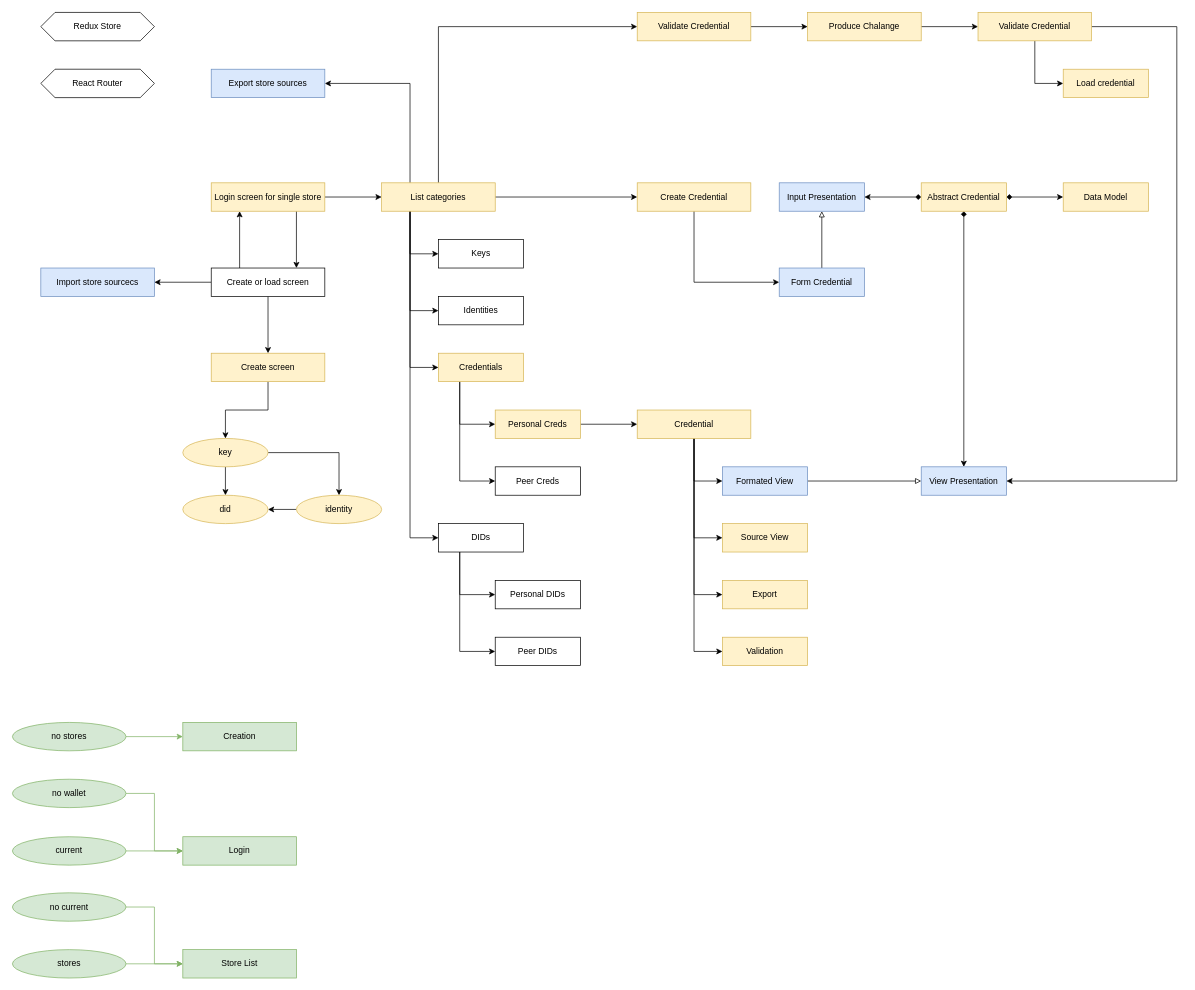
This is page "Web UI" (2 of 3) of docs/MetaID Wallet.drawio from markvandal/mb.wallets-mono, a draw.io file, before an edit. Source tidied: cells renumbered, new cells numbered last; positions are measured from the earlier drawing's top-left corner, leaving out a move shared by most shapes. Both pictures are drawn from the tidied source at 71%, with x=0, y=0 at pixel (12, 12).
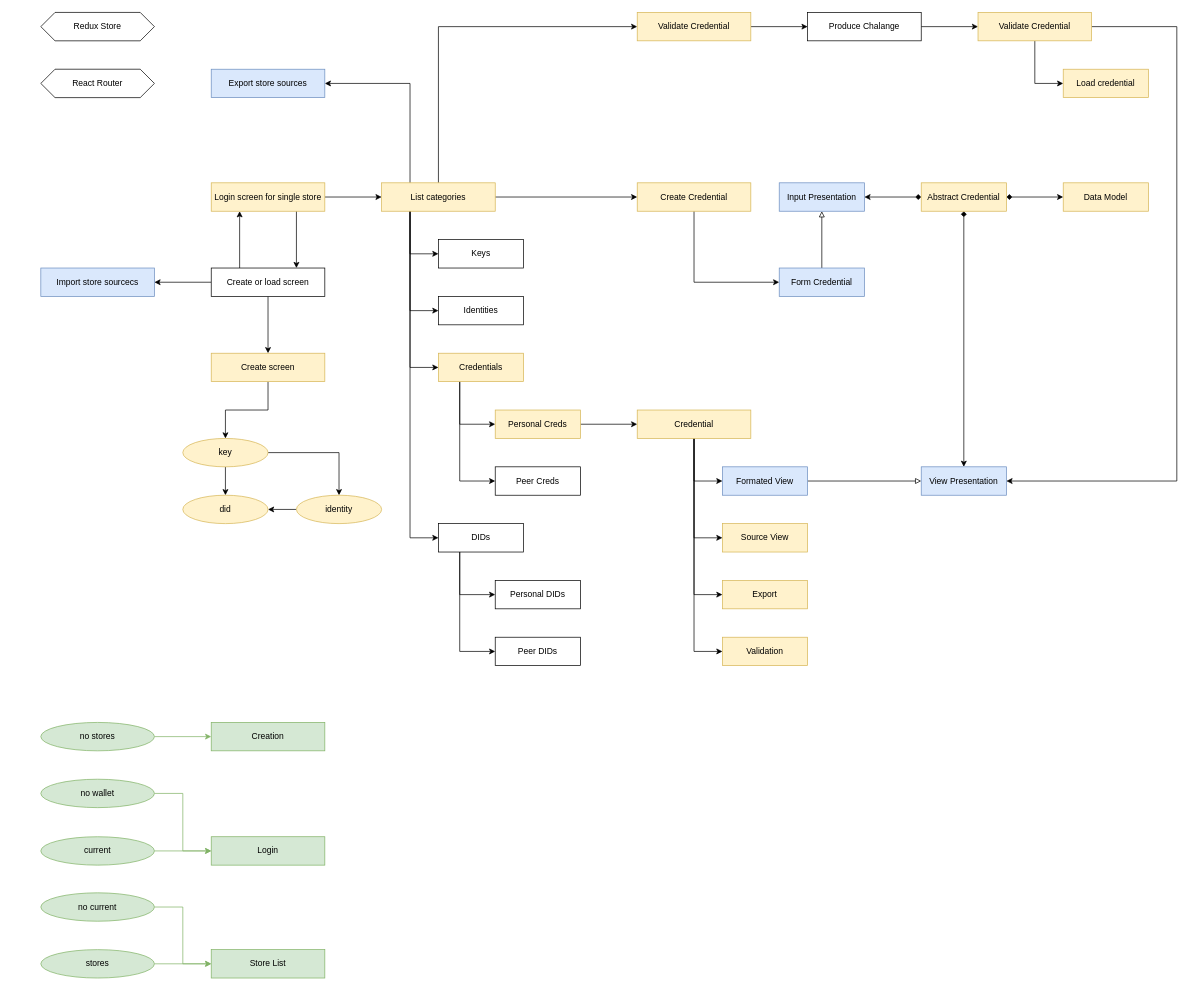
The same page after the edit.

Diff of the diagram source:
```diff
@@
-    <mxCell id="61" value="Produce Chalange" style="rounded=0;whiteSpace=wrap;html=1;fillColor=#fff2cc;strokeColor=#d6b656;" parent="1" vertex="1">
+    <mxCell id="61" value="Produce Chalange" style="rounded=0;whiteSpace=wrap;html=1;" parent="1" vertex="1">
       <mxGeometry x="1120" width="160" height="40" as="geometry" />
     </mxCell>
@@
     <mxCell id="71" value="Store List" style="rounded=0;whiteSpace=wrap;html=1;fillColor=#d5e8d4;strokeColor=#82b366;" parent="1" vertex="1">
-      <mxGeometry x="240" y="1320" width="160" height="40" as="geometry" />
+      <mxGeometry x="280" y="1320" width="160" height="40" as="geometry" />
     </mxCell>
@@
     <mxCell id="73" value="no stores" style="ellipse;whiteSpace=wrap;html=1;fillColor=#d5e8d4;strokeColor=#82b366;" parent="1" vertex="1">
-      <mxGeometry y="1000" width="160" height="40" as="geometry" />
+      <mxGeometry x="40" y="1000" width="160" height="40" as="geometry" />
     </mxCell>
     <mxCell id="74" value="Creation" style="rounded=0;whiteSpace=wrap;html=1;fillColor=#d5e8d4;strokeColor=#82b366;" parent="1" vertex="1">
-      <mxGeometry x="240" y="1000" width="160" height="40" as="geometry" />
+      <mxGeometry x="280" y="1000" width="160" height="40" as="geometry" />
     </mxCell>
@@
     <mxCell id="76" value="no wallet" style="ellipse;whiteSpace=wrap;html=1;fillColor=#d5e8d4;strokeColor=#82b366;" parent="1" vertex="1">
-      <mxGeometry y="1080" width="160" height="40" as="geometry" />
+      <mxGeometry x="40" y="1080" width="160" height="40" as="geometry" />
     </mxCell>
     <mxCell id="77" value="Login" style="rounded=0;whiteSpace=wrap;html=1;fillColor=#d5e8d4;strokeColor=#82b366;" parent="1" vertex="1">
-      <mxGeometry x="240" y="1161" width="160" height="40" as="geometry" />
+      <mxGeometry x="280" y="1161" width="160" height="40" as="geometry" />
     </mxCell>
@@
     <mxCell id="79" value="current" style="ellipse;whiteSpace=wrap;html=1;fillColor=#d5e8d4;strokeColor=#82b366;" parent="1" vertex="1">
-      <mxGeometry y="1161" width="160" height="40" as="geometry" />
+      <mxGeometry x="40" y="1161" width="160" height="40" as="geometry" />
     </mxCell>
@@
     <mxCell id="81" value="stores" style="ellipse;whiteSpace=wrap;html=1;fillColor=#d5e8d4;strokeColor=#82b366;" parent="1" vertex="1">
-      <mxGeometry y="1320" width="160" height="40" as="geometry" />
+      <mxGeometry x="40" y="1320" width="160" height="40" as="geometry" />
     </mxCell>
@@
     <mxCell id="83" value="no current" style="ellipse;whiteSpace=wrap;html=1;fillColor=#d5e8d4;strokeColor=#82b366;" parent="1" vertex="1">
-      <mxGeometry y="1240" width="160" height="40" as="geometry" />
+      <mxGeometry x="40" y="1240" width="160" height="40" as="geometry" />
     </mxCell>
```
